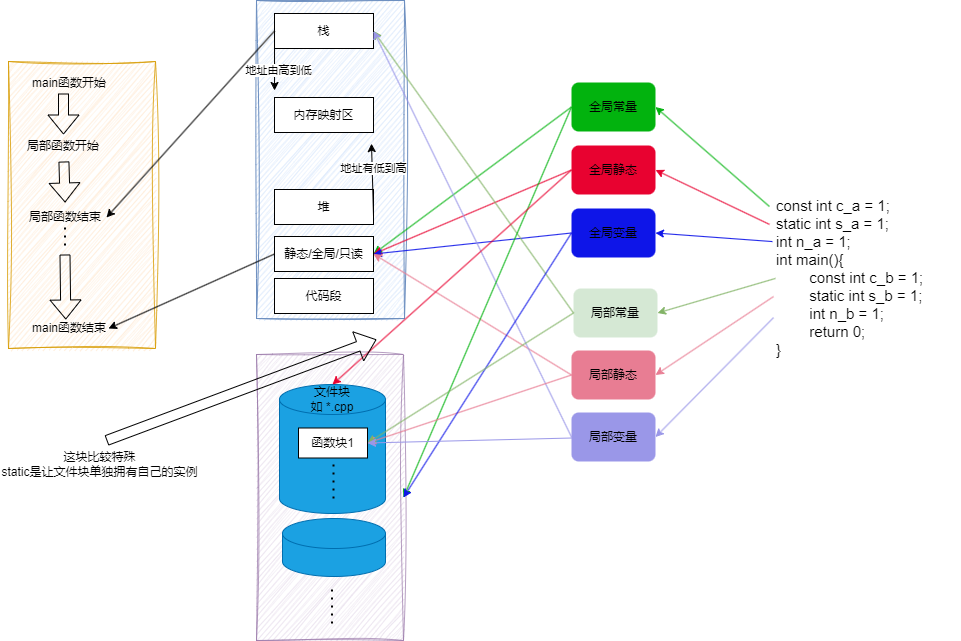
Before: CS/语言/C(++)/存储位置、作用域与生命周期.drawio.png, a diagram exported from draw.io (sirius-zyj/Images). Source tidied: cells renumbered, new cells last; positions are measured from the earlier drawing's top-left corner, leaving out a move shared by most shapes. The source it was exported from:
```xml
<mxGraphModel background="#ffffff">
  <root>
    <mxCell id="0" />
    <mxCell id="1" parent="0" />
    <mxCell id="2" style="rounded=0;whiteSpace=wrap;html=1;fillColor=#ffe6cc;strokeColor=#d79b00;shadow=0;glass=0;sketch=1;curveFitting=1;jiggle=2;opacity=80;" parent="1" vertex="1">
      <mxGeometry x="8" y="61" width="147" height="287" as="geometry" />
    </mxCell>
    <mxCell id="3" style="rounded=0;whiteSpace=wrap;html=1;fillColor=#dae8fc;strokeColor=#6c8ebf;sketch=1;curveFitting=1;jiggle=2;" parent="1" vertex="1">
      <mxGeometry x="256" width="148" height="318" as="geometry" />
    </mxCell>
    <mxCell id="4" value="代码段" style="rounded=0;whiteSpace=wrap;html=1;" parent="1" vertex="1">
      <mxGeometry x="274" y="278" width="99" height="35" as="geometry" />
    </mxCell>
    <mxCell id="5" value="静态/全局/只读" style="rounded=0;whiteSpace=wrap;html=1;" parent="1" vertex="1">
      <mxGeometry x="274" y="236" width="99" height="35" as="geometry" />
    </mxCell>
    <mxCell id="6" value="堆" style="rounded=0;whiteSpace=wrap;html=1;" parent="1" vertex="1">
      <mxGeometry x="274" y="189" width="99" height="35" as="geometry" />
    </mxCell>
    <mxCell id="7" style="endArrow=classic;html=1;rounded=0;exitX=1;exitY=0.75;exitDx=0;exitDy=0;entryX=0.777;entryY=0.45;entryDx=0;entryDy=0;entryPerimeter=0;" parent="1" edge="1" source="6" target="3">
      <mxGeometry relative="1" as="geometry" />
    </mxCell>
    <mxCell id="8" value="地址有低到高" style="edgeLabel;html=1;align=center;verticalAlign=middle;" parent="7" vertex="1">
      <mxGeometry x="0.34" y="-1" relative="1" as="geometry" />
    </mxCell>
    <mxCell id="9" value="栈" style="rounded=0;whiteSpace=wrap;html=1;" parent="1" vertex="1">
      <mxGeometry x="274" y="13" width="99" height="35" as="geometry" />
    </mxCell>
    <mxCell id="10" style="endArrow=classic;html=1;rounded=0;exitX=0;exitY=0.25;exitDx=0;exitDy=0;entryX=0.122;entryY=0.283;entryDx=0;entryDy=0;entryPerimeter=0;" parent="1" edge="1" source="9" target="3">
      <mxGeometry relative="1" as="geometry" />
    </mxCell>
    <mxCell id="11" value="地址由高到低" style="edgeLabel;html=1;align=center;verticalAlign=middle;" parent="10" vertex="1">
      <mxGeometry x="0.41" y="3" relative="1" as="geometry" />
    </mxCell>
    <mxCell id="12" value="内存映射区" style="rounded=0;whiteSpace=wrap;html=1;" parent="1" vertex="1">
      <mxGeometry x="274" y="97" width="99" height="35" as="geometry" />
    </mxCell>
    <mxCell id="13" value="&lt;font style=&quot;font-size: 15px;&quot;&gt;const int c_a = 1;&lt;/font&gt;&lt;div style=&quot;font-size: 15px;&quot;&gt;&lt;font style=&quot;font-size: 15px;&quot;&gt;static int s_a = 1;&lt;/font&gt;&lt;/div&gt;&lt;div style=&quot;font-size: 15px;&quot;&gt;&lt;font style=&quot;font-size: 15px;&quot;&gt;int n_a = 1;&lt;br style=&quot;font-size: 15px;&quot;&gt;int main(){&lt;/font&gt;&lt;div style=&quot;font-size: 15px;&quot;&gt;&lt;font style=&quot;font-size: 15px;&quot;&gt;&lt;span style=&quot;white-space: pre; font-size: 15px;&quot;&gt;&#9;&lt;/span&gt;const int c_b = 1;&lt;br style=&quot;font-size: 15px;&quot;&gt;&lt;/font&gt;&lt;/div&gt;&lt;div style=&quot;font-size: 15px;&quot;&gt;&lt;font style=&quot;font-size: 15px;&quot;&gt;&lt;span style=&quot;white-space: pre;&quot;&gt;&#9;&lt;/span&gt;static int s_b = 1;&lt;br&gt;&lt;/font&gt;&lt;/div&gt;&lt;div style=&quot;font-size: 15px;&quot;&gt;&lt;font style=&quot;font-size: 15px;&quot;&gt;&lt;span style=&quot;white-space: pre;&quot;&gt;&#9;&lt;/span&gt;int n_b = 1;&lt;br&gt;&lt;/font&gt;&lt;/div&gt;&lt;div style=&quot;font-size: 15px;&quot;&gt;&lt;font style=&quot;font-size: 15px;&quot;&gt;&lt;span style=&quot;white-space: pre;&quot;&gt;&#9;&lt;/span&gt;return 0;&lt;br&gt;&lt;/font&gt;&lt;/div&gt;&lt;div style=&quot;text-align: justify; font-size: 15px;&quot;&gt;&lt;font style=&quot;font-size: 15px;&quot;&gt;}&lt;/font&gt;&lt;/div&gt;&lt;div style=&quot;text-align: justify; font-size: 15px;&quot;&gt;&lt;font style=&quot;font-size: 15px;&quot;&gt;&lt;br&gt;&lt;/font&gt;&lt;/div&gt;&lt;/div&gt;" style="text;html=1;align=left;verticalAlign=top;whiteSpace=wrap;rounded=0;fontSize=15;" parent="1" vertex="1">
      <mxGeometry x="774" y="190" width="187" height="229" as="geometry" />
    </mxCell>
    <mxCell id="14" value="全局常量" style="rounded=1;whiteSpace=wrap;html=1;fillColor=#02B30E;strokeColor=none;" parent="1" vertex="1">
      <mxGeometry x="571" y="82" width="84" height="49" as="geometry" />
    </mxCell>
    <mxCell id="15" value="全局静态" style="rounded=1;whiteSpace=wrap;html=1;fillColor=#E80230;strokeColor=none;" parent="1" vertex="1">
      <mxGeometry x="571" y="145" width="84" height="49" as="geometry" />
    </mxCell>
    <mxCell id="16" value="全局变量" style="rounded=1;whiteSpace=wrap;html=1;fillColor=#0E15E8;strokeColor=none;" parent="1" vertex="1">
      <mxGeometry x="571" y="208" width="84" height="49" as="geometry" />
    </mxCell>
    <mxCell id="17" value="局部常量" style="rounded=1;whiteSpace=wrap;html=1;fillColor=#d5e8d4;strokeColor=none;" parent="1" vertex="1">
      <mxGeometry x="573" y="288" width="84" height="49" as="geometry" />
    </mxCell>
    <mxCell id="18" value="局部静态" style="rounded=1;whiteSpace=wrap;html=1;fillColor=#E87D93;strokeColor=none;" parent="1" vertex="1">
      <mxGeometry x="571" y="350" width="84" height="49" as="geometry" />
    </mxCell>
    <mxCell id="19" value="局部变量" style="rounded=1;whiteSpace=wrap;html=1;fillColor=#9A97E8;strokeColor=none;" parent="1" vertex="1">
      <mxGeometry x="571" y="412" width="84" height="49" as="geometry" />
    </mxCell>
    <mxCell id="20" style="endArrow=classic;html=1;rounded=0;exitX=-0.027;exitY=0.07;exitDx=0;exitDy=0;exitPerimeter=0;entryX=1;entryY=0.5;entryDx=0;entryDy=0;strokeColor=#02B30E;align=center;verticalAlign=middle;fontFamily=Helvetica;fontSize=11;fontColor=default;labelBackgroundColor=default;" parent="1" edge="1" source="13" target="14">
      <mxGeometry relative="1" as="geometry" />
    </mxCell>
    <mxCell id="21" style="endArrow=classic;html=1;rounded=0;exitX=-0.027;exitY=0.148;exitDx=0;exitDy=0;exitPerimeter=0;entryX=1;entryY=0.5;entryDx=0;entryDy=0;strokeColor=#E80230;align=center;verticalAlign=middle;fontFamily=Helvetica;fontSize=11;fontColor=default;labelBackgroundColor=default;" parent="1" edge="1" source="13" target="15">
      <mxGeometry relative="1" as="geometry" />
    </mxCell>
    <mxCell id="22" style="endArrow=classic;html=1;rounded=0;exitX=0;exitY=0.5;exitDx=0;exitDy=0;entryX=1;entryY=0.5;entryDx=0;entryDy=0;strokeColor=#02B30E;" parent="1" edge="1" source="14" target="5">
      <mxGeometry relative="1" as="geometry" />
    </mxCell>
    <mxCell id="23" style="endArrow=classic;html=1;rounded=0;exitX=0;exitY=0.5;exitDx=0;exitDy=0;entryX=1;entryY=0.5;entryDx=0;entryDy=0;strokeColor=#E80230;" parent="1" edge="1" source="15" target="5">
      <mxGeometry relative="1" as="geometry" />
    </mxCell>
    <mxCell id="24" style="endArrow=classic;html=1;rounded=0;exitX=0;exitY=0.5;exitDx=0;exitDy=0;entryX=1;entryY=0.5;entryDx=0;entryDy=0;strokeColor=#0E15E8;" parent="1" edge="1" source="16" target="5">
      <mxGeometry relative="1" as="geometry" />
    </mxCell>
    <mxCell id="25" style="endArrow=classic;html=1;rounded=0;exitX=0;exitY=0.5;exitDx=0;exitDy=0;entryX=1;entryY=0.5;entryDx=0;entryDy=0;fillColor=#d5e8d4;strokeColor=#82b366;" parent="1" edge="1" source="17" target="9">
      <mxGeometry relative="1" as="geometry" />
    </mxCell>
    <mxCell id="26" style="endArrow=classic;html=1;rounded=0;exitX=0;exitY=0.5;exitDx=0;exitDy=0;entryX=1;entryY=0.5;entryDx=0;entryDy=0;strokeColor=#E87D93;" parent="1" edge="1" source="18" target="5">
      <mxGeometry relative="1" as="geometry" />
    </mxCell>
    <mxCell id="27" style="endArrow=classic;html=1;rounded=0;exitX=0;exitY=0.5;exitDx=0;exitDy=0;entryX=1;entryY=0.5;entryDx=0;entryDy=0;strokeColor=#9A97E8;" parent="1" edge="1" source="19" target="9">
      <mxGeometry relative="1" as="geometry" />
    </mxCell>
    <mxCell id="28" style="endArrow=classic;html=1;rounded=0;exitX=-0.011;exitY=0.223;exitDx=0;exitDy=0;entryX=1;entryY=0.5;entryDx=0;entryDy=0;strokeColor=#0E15E8;exitPerimeter=0;" parent="1" edge="1" source="13" target="16">
      <mxGeometry relative="1" as="geometry" />
    </mxCell>
    <mxCell id="29" style="endArrow=classic;html=1;rounded=0;exitX=0.005;exitY=0.384;exitDx=0;exitDy=0;entryX=1;entryY=0.5;entryDx=0;entryDy=0;fillColor=#d5e8d4;strokeColor=#82b366;exitPerimeter=0;" parent="1" edge="1" source="13" target="17">
      <mxGeometry relative="1" as="geometry" />
    </mxCell>
    <mxCell id="30" style="endArrow=classic;html=1;rounded=0;exitX=-0.005;exitY=0.463;exitDx=0;exitDy=0;entryX=1;entryY=0.5;entryDx=0;entryDy=0;strokeColor=#E87D93;exitPerimeter=0;" parent="1" edge="1" source="13" target="18">
      <mxGeometry relative="1" as="geometry" />
    </mxCell>
    <mxCell id="31" style="endArrow=classic;html=1;rounded=0;exitX=-0.005;exitY=0.555;exitDx=0;exitDy=0;entryX=1;entryY=0.5;entryDx=0;entryDy=0;strokeColor=#9A97E8;exitPerimeter=0;" parent="1" edge="1" source="13" target="19">
      <mxGeometry relative="1" as="geometry" />
    </mxCell>
    <mxCell id="32" style="shape=flexArrow;endArrow=classic;html=1;rounded=0;" parent="1" edge="1">
      <mxGeometry relative="1" as="geometry">
        <mxPoint x="64.5" y="254" as="sourcePoint" />
        <mxPoint x="65.3" y="319" as="targetPoint" />
      </mxGeometry>
    </mxCell>
    <mxCell id="33" value="main函数开始" style="text;html=1;align=center;verticalAlign=middle;whiteSpace=wrap;rounded=0;" parent="1" vertex="1">
      <mxGeometry x="28" y="68" width="82" height="30" as="geometry" />
    </mxCell>
    <mxCell id="34" value="main函数结束" style="text;html=1;align=center;verticalAlign=middle;whiteSpace=wrap;rounded=0;" parent="1" vertex="1">
      <mxGeometry x="30" y="313" width="78" height="30" as="geometry" />
    </mxCell>
    <mxCell id="35" style="shape=flexArrow;endArrow=classic;html=1;rounded=0;" parent="1" edge="1">
      <mxGeometry relative="1" as="geometry">
        <mxPoint x="63" y="93" as="sourcePoint" />
        <mxPoint x="63" y="134" as="targetPoint" />
      </mxGeometry>
    </mxCell>
    <mxCell id="36" value="局部函数开始" style="text;html=1;align=center;verticalAlign=middle;whiteSpace=wrap;rounded=0;" parent="1" vertex="1">
      <mxGeometry x="22" y="131" width="82" height="30" as="geometry" />
    </mxCell>
    <mxCell id="37" style="shape=flexArrow;endArrow=classic;html=1;rounded=0;" parent="1" edge="1" source="36" target="38">
      <mxGeometry relative="1" as="geometry" />
    </mxCell>
    <mxCell id="38" value="局部函数结束" style="text;html=1;align=center;verticalAlign=middle;whiteSpace=wrap;rounded=0;" parent="1" vertex="1">
      <mxGeometry x="24" y="202" width="82" height="30" as="geometry" />
    </mxCell>
    <mxCell id="39" style="endArrow=none;dashed=1;html=1;dashPattern=1 3;strokeWidth=2;rounded=0;" parent="1" edge="1">
      <mxGeometry relative="1" as="geometry">
        <mxPoint x="64.5" y="245" as="sourcePoint" />
        <mxPoint x="64.5" y="224" as="targetPoint" />
      </mxGeometry>
    </mxCell>
    <mxCell id="40" style="endArrow=classic;html=1;rounded=0;exitX=0;exitY=0.5;exitDx=0;exitDy=0;entryX=1;entryY=0.5;entryDx=0;entryDy=0;" parent="1" edge="1" source="9" target="38">
      <mxGeometry relative="1" as="geometry" />
    </mxCell>
    <mxCell id="41" style="endArrow=classic;html=1;rounded=0;exitX=0;exitY=0.5;exitDx=0;exitDy=0;entryX=1;entryY=0.5;entryDx=0;entryDy=0;" parent="1" edge="1" source="5" target="34">
      <mxGeometry relative="1" as="geometry" />
    </mxCell>
    <mxCell id="42" style="rounded=0;whiteSpace=wrap;html=1;fillColor=#e1d5e7;strokeColor=#9673a6;sketch=1;curveFitting=1;jiggle=2;opacity=70;" parent="1" vertex="1">
      <mxGeometry x="256" y="354" width="147" height="286" as="geometry" />
    </mxCell>
    <mxCell id="43" style="shape=cylinder3;whiteSpace=wrap;html=1;boundedLbl=1;backgroundOutline=1;size=15;fillColor=#1ba1e2;fontColor=#ffffff;strokeColor=#006EAF;" parent="1" vertex="1">
      <mxGeometry x="279" y="384" width="106" height="129" as="geometry" />
    </mxCell>
    <mxCell id="44" value="文件块&lt;div&gt;如 *.cpp&lt;/div&gt;" style="text;html=1;align=center;verticalAlign=middle;whiteSpace=wrap;rounded=0;" parent="1" vertex="1">
      <mxGeometry x="302" y="384" width="60" height="30" as="geometry" />
    </mxCell>
    <mxCell id="45" value="函数块1" style="rounded=0;whiteSpace=wrap;html=1;" parent="1" vertex="1">
      <mxGeometry x="298" y="427.5" width="69" height="30" as="geometry" />
    </mxCell>
    <mxCell id="46" style="endArrow=none;dashed=1;html=1;dashPattern=1 3;strokeWidth=2;rounded=0;" parent="1" edge="1">
      <mxGeometry relative="1" as="geometry">
        <mxPoint x="333" y="498" as="sourcePoint" />
        <mxPoint x="333" y="461" as="targetPoint" />
      </mxGeometry>
    </mxCell>
    <mxCell id="47" style="shape=cylinder3;whiteSpace=wrap;html=1;boundedLbl=1;backgroundOutline=1;size=15;fillColor=#1ba1e2;fontColor=#ffffff;strokeColor=#006EAF;" parent="1" vertex="1">
      <mxGeometry x="282" y="518" width="103" height="58" as="geometry" />
    </mxCell>
    <mxCell id="48" style="endArrow=none;dashed=1;html=1;dashPattern=1 3;strokeWidth=2;rounded=0;" parent="1" edge="1">
      <mxGeometry relative="1" as="geometry">
        <mxPoint x="331.5" y="623" as="sourcePoint" />
        <mxPoint x="331.5" y="586" as="targetPoint" />
      </mxGeometry>
    </mxCell>
    <mxCell id="49" style="endArrow=classic;html=1;rounded=0;exitX=0;exitY=0.5;exitDx=0;exitDy=0;entryX=1;entryY=0.5;entryDx=0;entryDy=0;strokeColor=#02B30E;" parent="1" edge="1" source="14" target="42">
      <mxGeometry relative="1" as="geometry" />
    </mxCell>
    <mxCell id="50" style="endArrow=classic;html=1;rounded=0;exitX=0;exitY=0.5;exitDx=0;exitDy=0;entryX=0.5;entryY=0;entryDx=0;entryDy=0;strokeColor=#E80230;entryPerimeter=0;" parent="1" edge="1" source="15" target="43">
      <mxGeometry relative="1" as="geometry" />
    </mxCell>
    <mxCell id="51" style="endArrow=classic;html=1;rounded=0;exitX=0;exitY=0.5;exitDx=0;exitDy=0;entryX=1;entryY=0.5;entryDx=0;entryDy=0;strokeColor=#E87D93;" parent="1" edge="1" source="18" target="45">
      <mxGeometry relative="1" as="geometry" />
    </mxCell>
    <mxCell id="52" style="endArrow=classic;html=1;rounded=0;exitX=0;exitY=0.5;exitDx=0;exitDy=0;entryX=1;entryY=0.5;entryDx=0;entryDy=0;strokeColor=#0E15E8;" parent="1" edge="1" source="16" target="42">
      <mxGeometry relative="1" as="geometry" />
    </mxCell>
    <mxCell id="53" style="endArrow=classic;html=1;rounded=0;exitX=0;exitY=0.5;exitDx=0;exitDy=0;entryX=1;entryY=0.5;entryDx=0;entryDy=0;fillColor=#d5e8d4;strokeColor=#82b366;" parent="1" edge="1" source="17" target="45">
      <mxGeometry relative="1" as="geometry" />
    </mxCell>
    <mxCell id="54" style="endArrow=classic;html=1;rounded=0;entryX=1;entryY=0.5;entryDx=0;entryDy=0;strokeColor=#9A97E8;" parent="1" edge="1" source="19" target="45">
      <mxGeometry relative="1" as="geometry" />
    </mxCell>
    <mxCell id="55" style="shape=flexArrow;endArrow=classic;html=1;rounded=0;" parent="1" edge="1">
      <mxGeometry relative="1" as="geometry">
        <mxPoint x="106" y="440" as="sourcePoint" />
        <mxPoint x="376" y="339" as="targetPoint" />
      </mxGeometry>
    </mxCell>
    <mxCell id="56" value="这块比较特殊&lt;br&gt;static是让文件块单独拥有自己的实例" style="text;html=1;align=center;verticalAlign=middle;whiteSpace=wrap;rounded=0;" parent="1" vertex="1">
      <mxGeometry y="449" width="199" height="30" as="geometry" />
    </mxCell>
  </root>
</mxGraphModel>
```
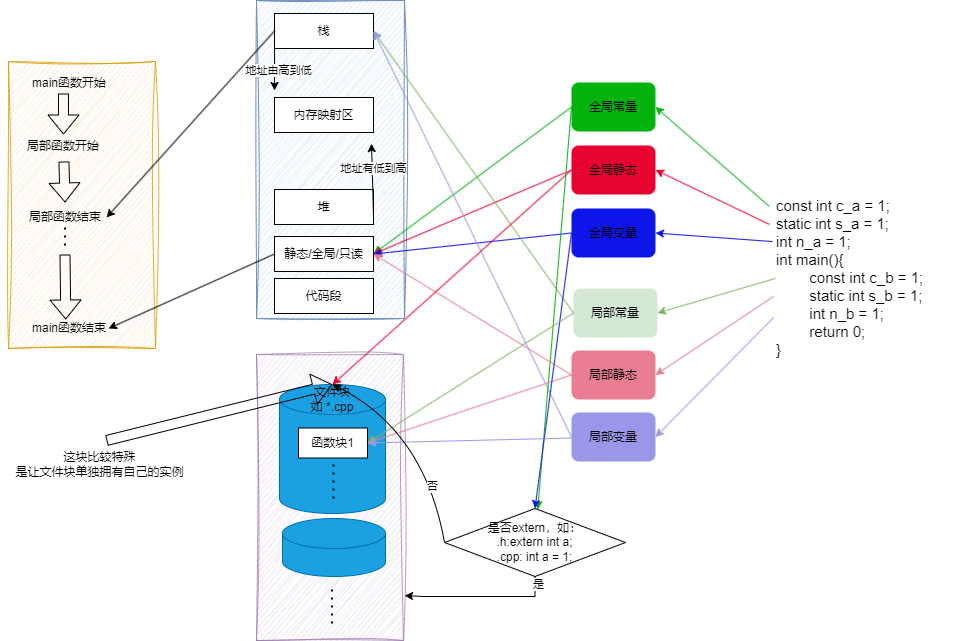
Above is the later version.

Commit message:
更新存储位置、作用域与生命周期.drawio.png

Change to the diagram source:
```diff
@@ -158,7 +158,7 @@
         <mxPoint x="331.5" y="586" as="targetPoint" />
       </mxGeometry>
     </mxCell>
-    <mxCell id="49" style="endArrow=classic;html=1;rounded=0;exitX=0;exitY=0.5;exitDx=0;exitDy=0;entryX=1;entryY=0.5;entryDx=0;entryDy=0;strokeColor=#02B30E;" parent="1" edge="1" source="14" target="42">
+    <mxCell id="49" style="endArrow=classic;html=1;rounded=0;exitX=0;exitY=0.5;exitDx=0;exitDy=0;strokeColor=#02B30E;" parent="1" edge="1" source="14" target="57">
       <mxGeometry relative="1" as="geometry" />
     </mxCell>
     <mxCell id="50" style="endArrow=classic;html=1;rounded=0;exitX=0;exitY=0.5;exitDx=0;exitDy=0;entryX=0.5;entryY=0;entryDx=0;entryDy=0;strokeColor=#E80230;entryPerimeter=0;" parent="1" edge="1" source="15" target="43">
@@ -167,7 +167,7 @@
     <mxCell id="51" style="endArrow=classic;html=1;rounded=0;exitX=0;exitY=0.5;exitDx=0;exitDy=0;entryX=1;entryY=0.5;entryDx=0;entryDy=0;strokeColor=#E87D93;" parent="1" edge="1" source="18" target="45">
       <mxGeometry relative="1" as="geometry" />
     </mxCell>
-    <mxCell id="52" style="endArrow=classic;html=1;rounded=0;exitX=0;exitY=0.5;exitDx=0;exitDy=0;entryX=1;entryY=0.5;entryDx=0;entryDy=0;strokeColor=#0E15E8;" parent="1" edge="1" source="16" target="42">
+    <mxCell id="52" style="endArrow=classic;html=1;rounded=0;exitX=0;exitY=0.5;exitDx=0;exitDy=0;strokeColor=#0E15E8;entryX=0.5;entryY=0;entryDx=0;entryDy=0;" parent="1" edge="1" source="16" target="57">
       <mxGeometry relative="1" as="geometry" />
     </mxCell>
     <mxCell id="53" style="endArrow=classic;html=1;rounded=0;exitX=0;exitY=0.5;exitDx=0;exitDy=0;entryX=1;entryY=0.5;entryDx=0;entryDy=0;fillColor=#d5e8d4;strokeColor=#82b366;" parent="1" edge="1" source="17" target="45">
@@ -176,14 +176,32 @@
     <mxCell id="54" style="endArrow=classic;html=1;rounded=0;entryX=1;entryY=0.5;entryDx=0;entryDy=0;strokeColor=#9A97E8;" parent="1" edge="1" source="19" target="45">
       <mxGeometry relative="1" as="geometry" />
     </mxCell>
-    <mxCell id="55" style="shape=flexArrow;endArrow=classic;html=1;rounded=0;" parent="1" edge="1">
+    <mxCell id="55" style="shape=flexArrow;endArrow=classic;html=1;rounded=0;entryX=0.5;entryY=0;entryDx=0;entryDy=0;" parent="1" edge="1" target="44">
       <mxGeometry relative="1" as="geometry">
         <mxPoint x="106" y="440" as="sourcePoint" />
-        <mxPoint x="376" y="339" as="targetPoint" />
       </mxGeometry>
     </mxCell>
-    <mxCell id="56" value="这块比较特殊&lt;br&gt;static是让文件块单独拥有自己的实例" style="text;html=1;align=center;verticalAlign=middle;whiteSpace=wrap;rounded=0;" parent="1" vertex="1">
+    <mxCell id="56" value="这块比较特殊&lt;br&gt;是让文件块单独拥有自己的实例" style="text;html=1;align=center;verticalAlign=middle;whiteSpace=wrap;rounded=0;" parent="1" vertex="1">
       <mxGeometry y="449" width="199" height="30" as="geometry" />
     </mxCell>
+    <mxCell id="57" value="是否extern，如：&lt;div&gt;.h:extern int a;&lt;br&gt;.cpp: int a = 1;&lt;/div&gt;" style="rhombus;whiteSpace=wrap;html=1;" parent="1" vertex="1">
+      <mxGeometry x="444" y="508" width="181" height="68" as="geometry" />
+    </mxCell>
+    <mxCell id="58" style="edgeStyle=orthogonalEdgeStyle;rounded=0;jettySize=auto;html=1;exitX=0.5;exitY=1;exitDx=0;exitDy=0;entryX=1.007;entryY=0.843;entryDx=0;entryDy=0;entryPerimeter=0;" parent="1" edge="1" source="57" target="42">
+      <mxGeometry relative="1" as="geometry" />
+    </mxCell>
+    <mxCell id="59" value="是" style="edgeLabel;html=1;align=center;verticalAlign=middle;" parent="58" vertex="1">
+      <mxGeometry x="-0.91" y="3" relative="1" as="geometry" />
+    </mxCell>
+    <mxCell id="60" style="endArrow=classic;html=1;rounded=0;exitX=0;exitY=0.5;exitDx=0;exitDy=0;entryX=0.5;entryY=0;entryDx=0;entryDy=0;curved=1;" parent="1" edge="1" source="57" target="44">
+      <mxGeometry relative="1" as="geometry">
+        <Array as="points">
+          <mxPoint x="424" y="430" />
+        </Array>
+      </mxGeometry>
+    </mxCell>
+    <mxCell id="61" value="否" style="edgeLabel;html=1;align=center;verticalAlign=middle;" parent="60" vertex="1">
+      <mxGeometry x="-0.47" y="2" relative="1" as="geometry" />
+    </mxCell>
   </root>
 </mxGraphModel>
```
